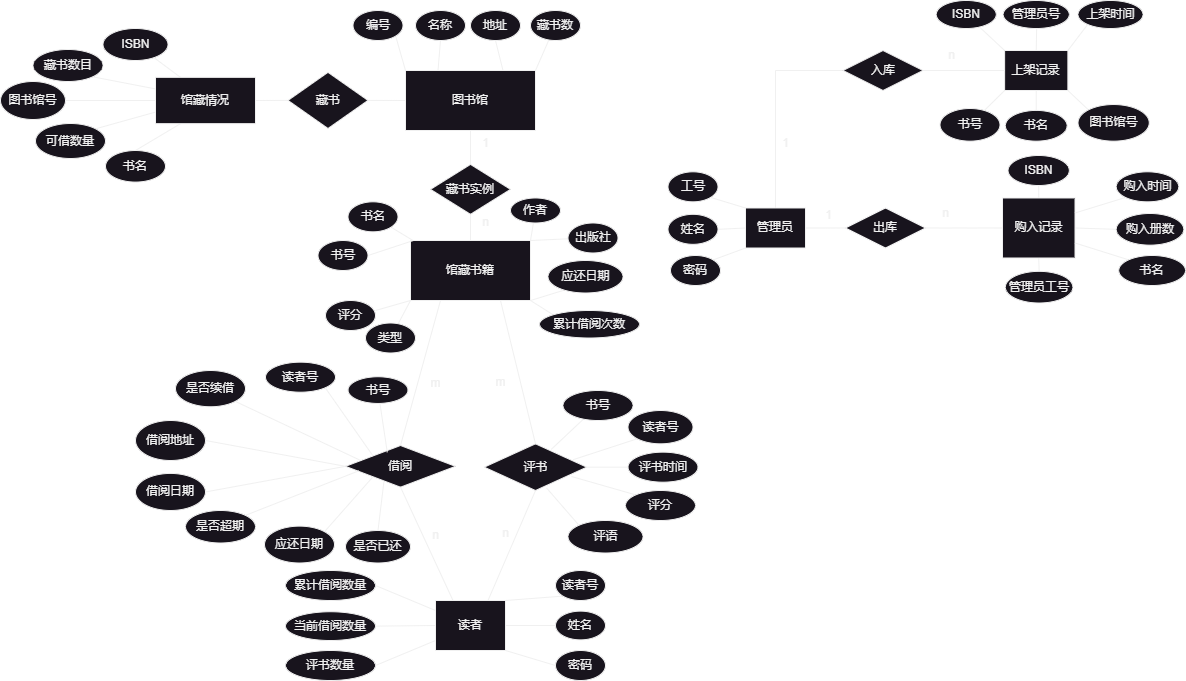
gmh1627/Data-Base-Lab keeps this draw.io diagram as Lab2/数据库ER图（新）.png. Above is the earlier version. Source tidied: cells renumbered, new cells last; positions are measured from the earlier drawing's top-left corner, leaving out a move shared by most shapes.
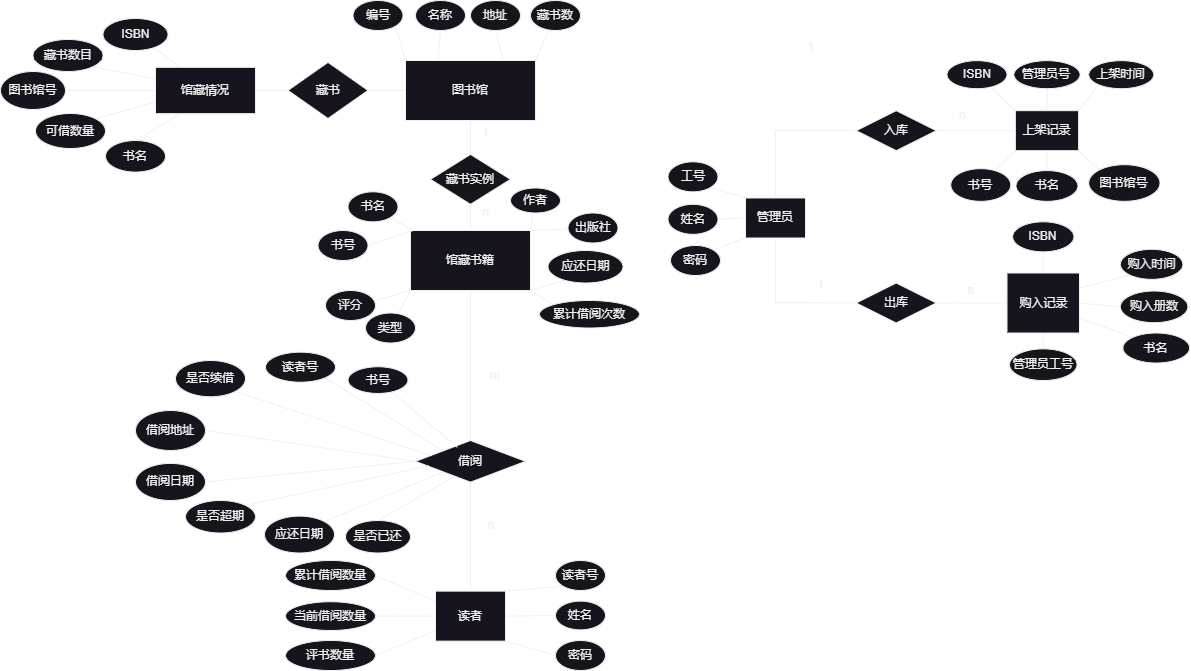
After the change.

Diff of the diagram source:
```diff
@@ -9,15 +9,15 @@
       <mxGeometry x="410" y="240" width="120" height="60" as="geometry" />
     </mxCell>
     <mxCell id="4" value="借阅" style="rhombus;whiteSpace=wrap;html=1;rounded=0;" parent="1" vertex="1">
-      <mxGeometry x="345" y="445" width="110" height="41.7" as="geometry" />
+      <mxGeometry x="415" y="450" width="110" height="41.7" as="geometry" />
     </mxCell>
     <mxCell id="5" value="读者" style="whiteSpace=wrap;html=1;rounded=0;" parent="1" vertex="1">
-      <mxGeometry x="435" y="600" width="70" height="50" as="geometry" />
+      <mxGeometry x="435" y="600.6" width="70" height="50" as="geometry" />
     </mxCell>
-    <mxCell id="6" style="endArrow=none;html=1;rounded=0;exitX=0.25;exitY=1;exitDx=0;exitDy=0;entryX=0.5;entryY=0;entryDx=0;entryDy=0;" parent="1" edge="1" source="3" target="4">
+    <mxCell id="6" style="endArrow=none;html=1;rounded=0;exitX=0.5;exitY=1;exitDx=0;exitDy=0;entryX=0.5;entryY=0;entryDx=0;entryDy=0;" parent="1" edge="1" source="3" target="4">
       <mxGeometry relative="1" as="geometry" />
     </mxCell>
-    <mxCell id="7" style="endArrow=none;html=1;rounded=0;exitX=0.25;exitY=0;exitDx=0;exitDy=0;entryX=0.5;entryY=1;entryDx=0;entryDy=0;" parent="1" edge="1" source="5" target="4">
+    <mxCell id="7" style="endArrow=none;html=1;rounded=0;exitX=0.5;exitY=0;exitDx=0;exitDy=0;entryX=0.5;entryY=1;entryDx=0;entryDy=0;" parent="1" edge="1" source="5" target="4">
       <mxGeometry relative="1" as="geometry" />
     </mxCell>
     <mxCell id="8" style="endArrow=none;html=1;rounded=0;entryX=1;entryY=0;entryDx=0;entryDy=0;exitX=0;exitY=1;exitDx=0;exitDy=0;" parent="1" edge="1" source="10" target="5">
@@ -155,8 +155,12 @@
     <mxCell id="48" style="endArrow=none;html=1;rounded=0;entryX=1;entryY=0;entryDx=0;entryDy=0;exitX=0;exitY=1;exitDx=0;exitDy=0;" parent="1" edge="1" source="42" target="45">
       <mxGeometry relative="1" as="geometry" />
     </mxCell>
-    <mxCell id="49" style="endArrow=none;html=1;rounded=0;exitX=1;exitY=0.5;exitDx=0;exitDy=0;entryX=0;entryY=0.5;entryDx=0;entryDy=0;" parent="1" edge="1" source="42" target="57">
-      <mxGeometry relative="1" as="geometry" />
+    <mxCell id="49" style="endArrow=none;html=1;rounded=0;exitX=0.5;exitY=1;exitDx=0;exitDy=0;entryX=0;entryY=0.5;entryDx=0;entryDy=0;" parent="1" edge="1" source="42" target="57">
+      <mxGeometry relative="1" as="geometry">
+        <Array as="points">
+          <mxPoint x="775" y="312" />
+        </Array>
+      </mxGeometry>
     </mxCell>
     <mxCell id="50" style="endArrow=none;html=1;rounded=0;entryX=0.5;entryY=0;entryDx=0;entryDy=0;" parent="1" edge="1" source="54" target="74">
       <mxGeometry relative="1" as="geometry" />
@@ -165,25 +169,25 @@
       <mxGeometry relative="1" as="geometry" />
     </mxCell>
     <mxCell id="52" value="上架时间" style="ellipse;whiteSpace=wrap;html=1;" parent="1" vertex="1">
-      <mxGeometry x="1077.5" width="65" height="28" as="geometry" />
+      <mxGeometry x="1088.2" y="70.2" width="65" height="28" as="geometry" />
     </mxCell>
     <mxCell id="53" value="ISBN" style="ellipse;whiteSpace=wrap;html=1;" parent="1" vertex="1">
-      <mxGeometry x="935.8" width="60" height="28" as="geometry" />
+      <mxGeometry x="946.5" y="70.2" width="60" height="28" as="geometry" />
     </mxCell>
     <mxCell id="54" value="管理员号" style="ellipse;whiteSpace=wrap;html=1;" parent="1" vertex="1">
-      <mxGeometry x="1002.7" width="66.1" height="28" as="geometry" />
+      <mxGeometry x="1013.4" y="70.2" width="66.1" height="28" as="geometry" />
     </mxCell>
     <mxCell id="55" style="endArrow=none;html=1;rounded=0;exitX=0;exitY=0;exitDx=0;exitDy=0;" parent="1" edge="1" source="74" target="53">
       <mxGeometry relative="1" as="geometry" />
     </mxCell>
     <mxCell id="56" value="1" style="text;html=1;align=center;verticalAlign=middle;strokeColor=none;fillColor=none;" parent="1" vertex="1">
-      <mxGeometry x="812.5" y="200.5" width="30" height="30" as="geometry" />
+      <mxGeometry x="805" y="280" width="30" height="30" as="geometry" />
     </mxCell>
     <mxCell id="57" value="出库" style="rhombus;whiteSpace=wrap;html=1;" parent="1" vertex="1">
-      <mxGeometry x="845" y="207.5" width="80" height="40" as="geometry" />
+      <mxGeometry x="855.8" y="292.5" width="80" height="40" as="geometry" />
     </mxCell>
     <mxCell id="58" value="购入记录" style="rounded=0;whiteSpace=wrap;html=1;" parent="1" vertex="1">
-      <mxGeometry x="1002" y="197.5" width="72.5" height="60" as="geometry" />
+      <mxGeometry x="1006.5" y="282.5" width="72.5" height="60" as="geometry" />
     </mxCell>
     <mxCell id="59" style="endArrow=none;html=1;rounded=0;exitX=0.5;exitY=0;exitDx=0;exitDy=0;entryX=0.5;entryY=1;entryDx=0;entryDy=0;" parent="1" edge="1" source="58" target="62">
       <mxGeometry relative="1" as="geometry" />
@@ -195,13 +199,13 @@
       <mxGeometry relative="1" as="geometry" />
     </mxCell>
     <mxCell id="62" value="ISBN" style="ellipse;whiteSpace=wrap;html=1;" parent="1" vertex="1">
-      <mxGeometry x="1007.6" y="155" width="61.2" height="30" as="geometry" />
+      <mxGeometry x="1012.1" y="231.3" width="61.2" height="30" as="geometry" />
     </mxCell>
     <mxCell id="63" value="书名" style="ellipse;whiteSpace=wrap;html=1;" parent="1" vertex="1">
-      <mxGeometry x="1118.2" y="255" width="66.8" height="30" as="geometry" />
+      <mxGeometry x="1122.4" y="342.5" width="66.8" height="30" as="geometry" />
     </mxCell>
     <mxCell id="64" value="管理员工号" style="ellipse;whiteSpace=wrap;html=1;" parent="1" vertex="1">
-      <mxGeometry x="1004.9" y="270.9" width="67.5" height="31.6" as="geometry" />
+      <mxGeometry x="1009" y="358.4" width="67.5" height="31.6" as="geometry" />
     </mxCell>
     <mxCell id="65" style="endArrow=none;html=1;rounded=0;exitX=0;exitY=0.5;exitDx=0;exitDy=0;entryX=1;entryY=0.5;entryDx=0;entryDy=0;" parent="1" edge="1" source="58" target="57">
       <mxGeometry relative="1" as="geometry" />
@@ -213,10 +217,10 @@
       <mxGeometry relative="1" as="geometry" />
     </mxCell>
     <mxCell id="68" value="购入时间" style="ellipse;whiteSpace=wrap;html=1;" parent="1" vertex="1">
-      <mxGeometry x="1115.8" y="171.3" width="62.5" height="30" as="geometry" />
+      <mxGeometry x="1119.9" y="258.8" width="62.5" height="30" as="geometry" />
     </mxCell>
     <mxCell id="69" value="购入册数" style="ellipse;whiteSpace=wrap;html=1;" parent="1" vertex="1">
-      <mxGeometry x="1115.8" y="213" width="67.5" height="31.6" as="geometry" />
+      <mxGeometry x="1119.9" y="300.5" width="67.5" height="31.6" as="geometry" />
     </mxCell>
     <mxCell id="70" style="edgeStyle=orthogonalEdgeStyle;rounded=0;orthogonalLoop=1;jettySize=auto;html=1;exitX=0.5;exitY=1;exitDx=0;exitDy=0;" parent="1" edge="1">
       <mxGeometry relative="1" as="geometry">
@@ -228,29 +232,29 @@
       <mxGeometry relative="1" as="geometry" />
     </mxCell>
     <mxCell id="72" value="图书馆号" style="ellipse;whiteSpace=wrap;html=1;" parent="1" vertex="1">
-      <mxGeometry x="1077.5" y="104" width="71.2" height="36.6" as="geometry" />
+      <mxGeometry x="1088.2" y="174.2" width="71.2" height="36.6" as="geometry" />
     </mxCell>
     <mxCell id="73" style="endArrow=none;html=1;rounded=0;exitX=0.5;exitY=0;exitDx=0;exitDy=0;entryX=0;entryY=0.5;entryDx=0;entryDy=0;" parent="1" edge="1" source="42" target="75">
       <mxGeometry relative="1" as="geometry">
         <Array as="points">
-          <mxPoint x="775" y="70" />
+          <mxPoint x="775" y="140" />
         </Array>
       </mxGeometry>
     </mxCell>
     <mxCell id="74" value="上架记录" style="rounded=0;whiteSpace=wrap;html=1;" parent="1" vertex="1">
-      <mxGeometry x="1004.1" y="50" width="63.2" height="40" as="geometry" />
+      <mxGeometry x="1014.9" y="120.2" width="63.2" height="40" as="geometry" />
     </mxCell>
     <mxCell id="75" value="入库" style="rhombus;whiteSpace=wrap;html=1;" parent="1" vertex="1">
-      <mxGeometry x="842.5" y="50" width="80" height="40" as="geometry" />
+      <mxGeometry x="855.8" y="120.2" width="80" height="40" as="geometry" />
     </mxCell>
     <mxCell id="76" style="endArrow=none;html=1;rounded=0;entryX=0;entryY=0.5;entryDx=0;entryDy=0;exitX=1;exitY=0.5;exitDx=0;exitDy=0;" parent="1" edge="1" source="75" target="74">
       <mxGeometry relative="1" as="geometry" />
     </mxCell>
     <mxCell id="77" value="书号" style="ellipse;whiteSpace=wrap;html=1;" parent="1" vertex="1">
-      <mxGeometry x="939.5" y="108" width="60" height="32.7" as="geometry" />
+      <mxGeometry x="950.2" y="178.2" width="60" height="32.7" as="geometry" />
     </mxCell>
     <mxCell id="78" value="书名" style="ellipse;whiteSpace=wrap;html=1;" parent="1" vertex="1">
-      <mxGeometry x="1004.9" y="109.9" width="61.8" height="30.7" as="geometry" />
+      <mxGeometry x="1015.6" y="180.1" width="61.8" height="30.7" as="geometry" />
     </mxCell>
     <mxCell id="79" style="endArrow=none;html=1;rounded=0;entryX=0;entryY=1;entryDx=0;entryDy=0;" parent="1" edge="1" source="77" target="74">
       <mxGeometry relative="1" as="geometry" />
@@ -291,53 +295,12 @@
     <mxCell id="91" style="edgeStyle=orthogonalEdgeStyle;rounded=0;orthogonalLoop=1;jettySize=auto;html=1;exitX=0.5;exitY=1;exitDx=0;exitDy=0;" parent="1" edge="1" source="89" target="89">
       <mxGeometry relative="1" as="geometry" />
     </mxCell>
-    <mxCell id="92" value="评书" style="rhombus;whiteSpace=wrap;html=1;" parent="1" vertex="1">
-      <mxGeometry x="483.8" y="443.3" width="102.5" height="46.7" as="geometry" />
-    </mxCell>
-    <mxCell id="93" style="endArrow=none;html=1;rounded=0;exitX=0.75;exitY=0;exitDx=0;exitDy=0;entryX=0.5;entryY=1;entryDx=0;entryDy=0;" parent="1" edge="1" source="5" target="92">
-      <mxGeometry relative="1" as="geometry" />
-    </mxCell>
-    <mxCell id="94" style="endArrow=none;html=1;rounded=0;exitX=0.5;exitY=0;exitDx=0;exitDy=0;entryX=0.75;entryY=1;entryDx=0;entryDy=0;" parent="1" edge="1" source="92" target="3">
-      <mxGeometry relative="1" as="geometry" />
-    </mxCell>
-    <mxCell id="95" style="endArrow=none;html=1;rounded=0;exitX=0.654;exitY=0.119;exitDx=0;exitDy=0;exitPerimeter=0;" parent="1" edge="1" source="92" target="100">
-      <mxGeometry relative="1" as="geometry" />
-    </mxCell>
-    <mxCell id="96" style="endArrow=none;html=1;rounded=0;exitX=1;exitY=0.5;exitDx=0;exitDy=0;entryX=0;entryY=0.5;entryDx=0;entryDy=0;" parent="1" edge="1" source="92" target="106">
-      <mxGeometry relative="1" as="geometry" />
-    </mxCell>
-    <mxCell id="97" style="endArrow=none;html=1;rounded=0;exitX=0.608;exitY=0.946;exitDx=0;exitDy=0;exitPerimeter=0;entryX=0;entryY=0;entryDx=0;entryDy=0;" parent="1" edge="1" source="92" target="103">
-      <mxGeometry relative="1" as="geometry" />
-    </mxCell>
-    <mxCell id="98" style="endArrow=none;html=1;rounded=0;exitX=0.866;exitY=0.341;exitDx=0;exitDy=0;exitPerimeter=0;entryX=0;entryY=1;entryDx=0;entryDy=0;" parent="1" edge="1" source="92" target="105">
-      <mxGeometry relative="1" as="geometry" />
-    </mxCell>
-    <mxCell id="99" style="endArrow=none;html=1;rounded=0;entryX=0;entryY=0;entryDx=0;entryDy=0;" parent="1" edge="1" target="104">
-      <mxGeometry relative="1" as="geometry">
-        <mxPoint x="571" y="476" as="sourcePoint" />
-      </mxGeometry>
-    </mxCell>
-    <mxCell id="100" value="书号" style="ellipse;whiteSpace=wrap;html=1;" parent="1" vertex="1">
-      <mxGeometry x="562.5" y="390" width="70" height="30" as="geometry" />
-    </mxCell>
     <mxCell id="101" value="借阅日期" style="ellipse;whiteSpace=wrap;html=1;" parent="1" vertex="1">
       <mxGeometry x="135" y="472.9" width="70" height="37.1" as="geometry" />
     </mxCell>
     <mxCell id="102" value="读者号" style="ellipse;whiteSpace=wrap;html=1;" parent="1" vertex="1">
       <mxGeometry x="265" y="361.7" width="70" height="30" as="geometry" />
     </mxCell>
-    <mxCell id="103" value="评语" style="ellipse;whiteSpace=wrap;html=1;" parent="1" vertex="1">
-      <mxGeometry x="567.5" y="520" width="75" height="32.5" as="geometry" />
-    </mxCell>
-    <mxCell id="104" value="评分" style="ellipse;whiteSpace=wrap;html=1;" parent="1" vertex="1">
-      <mxGeometry x="625" y="490" width="70" height="30" as="geometry" />
-    </mxCell>
-    <mxCell id="105" value="读者号" style="ellipse;whiteSpace=wrap;html=1;" parent="1" vertex="1">
-      <mxGeometry x="627.5" y="410" width="65" height="33.3" as="geometry" />
-    </mxCell>
-    <mxCell id="106" value="评书时间" style="ellipse;whiteSpace=wrap;html=1;" parent="1" vertex="1">
-      <mxGeometry x="627.5" y="451.7" width="70" height="30" as="geometry" />
-    </mxCell>
     <mxCell id="107" value="是否超期" style="ellipse;whiteSpace=wrap;html=1;" parent="1" vertex="1">
       <mxGeometry x="185" y="510" width="70" height="32.5" as="geometry" />
     </mxCell>
@@ -357,13 +320,13 @@
       <mxGeometry x="175" y="370" width="70" height="36.2" as="geometry" />
     </mxCell>
     <mxCell id="113" value="1" style="text;html=1;align=center;verticalAlign=middle;strokeColor=none;fillColor=none;" parent="1" vertex="1">
-      <mxGeometry x="770" y="128" width="30" height="30" as="geometry" />
+      <mxGeometry x="795" y="41.8" width="30" height="30" as="geometry" />
     </mxCell>
     <mxCell id="114" value="n" style="text;html=1;align=center;verticalAlign=middle;strokeColor=none;fillColor=none;" parent="1" vertex="1">
-      <mxGeometry x="930" y="198" width="30" height="30" as="geometry" />
+      <mxGeometry x="955" y="285" width="30" height="30" as="geometry" />
     </mxCell>
     <mxCell id="115" value="n" style="text;html=1;align=center;verticalAlign=middle;strokeColor=none;fillColor=none;" parent="1" vertex="1">
-      <mxGeometry x="935.8" y="40" width="30" height="30" as="geometry" />
+      <mxGeometry x="946.5" y="110.2" width="30" height="30" as="geometry" />
     </mxCell>
     <mxCell id="116" style="endArrow=none;html=1;rounded=0;exitX=0.38;exitY=0.164;exitDx=0;exitDy=0;exitPerimeter=0;" parent="1" edge="1" source="4" target="110">
       <mxGeometry relative="1" as="geometry" />
@@ -393,17 +356,11 @@
       <mxGeometry relative="1" as="geometry" />
     </mxCell>
     <mxCell id="125" value="m" style="text;html=1;align=center;verticalAlign=middle;strokeColor=none;fillColor=none;" parent="1" vertex="1">
-      <mxGeometry x="420" y="368" width="30" height="30" as="geometry" />
+      <mxGeometry x="479" y="370" width="30" height="30" as="geometry" />
     </mxCell>
     <mxCell id="126" value="n" style="text;html=1;align=center;verticalAlign=middle;strokeColor=none;fillColor=none;" parent="1" vertex="1">
-      <mxGeometry x="420" y="520" width="30" height="30" as="geometry" />
+      <mxGeometry x="475" y="520" width="30" height="30" as="geometry" />
     </mxCell>
-    <mxCell id="127" value="n" style="text;html=1;align=center;verticalAlign=middle;strokeColor=none;fillColor=none;" parent="1" vertex="1">
-      <mxGeometry x="490" y="518" width="30" height="30" as="geometry" />
-    </mxCell>
-    <mxCell id="128" value="m" style="text;html=1;align=center;verticalAlign=middle;strokeColor=none;fillColor=none;" parent="1" vertex="1">
-      <mxGeometry x="485" y="366.7" width="30" height="30" as="geometry" />
-    </mxCell>
     <mxCell id="129" style="endArrow=none;html=1;rounded=0;entryX=1;entryY=1;entryDx=0;entryDy=0;exitX=0.253;exitY=0.886;exitDx=0;exitDy=0;exitPerimeter=0;" parent="1" edge="1" source="130" target="3">
       <mxGeometry relative="1" as="geometry" />
     </mxCell>
```
